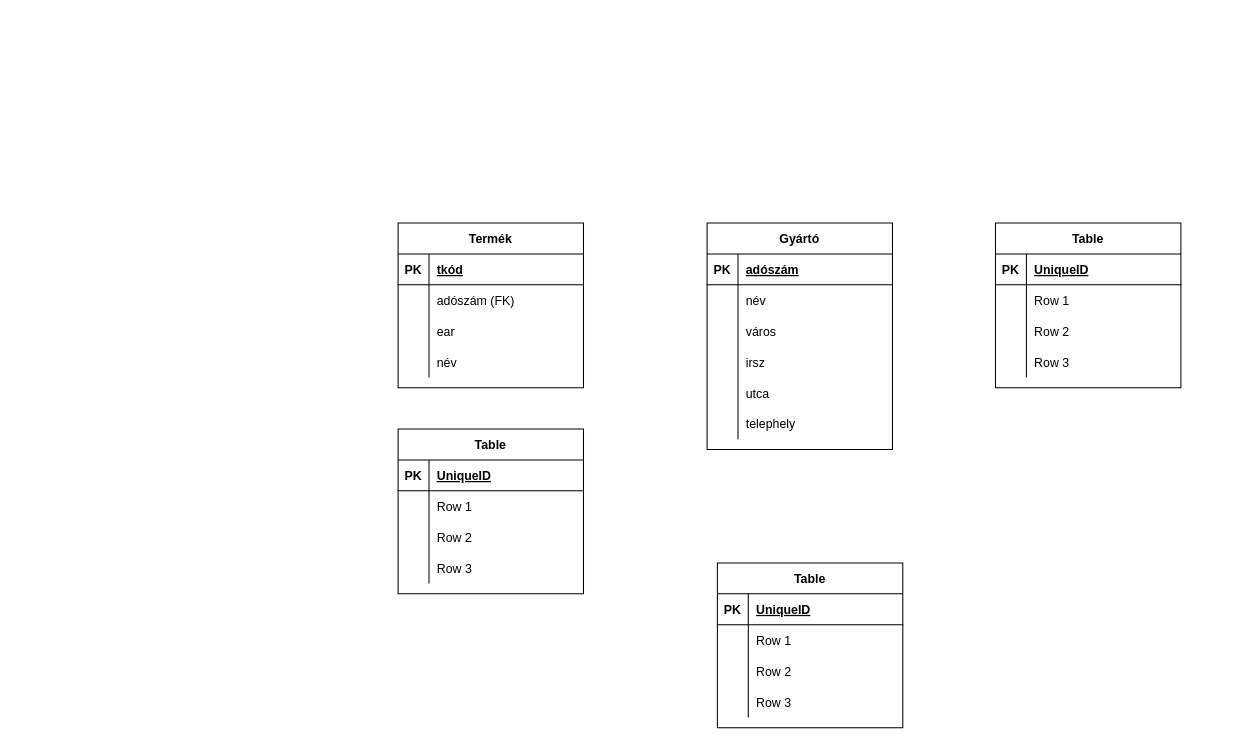
Before: HEPMIU_1011/hepmiu_5.3.drawio in urbanoliver/HEPMIU_DB1Gyak, a draw.io diagram. Source tidied: cells renumbered, new cells numbered last; positions are measured from the earlier drawing's top-left corner, leaving out a move shared by most shapes. Both pictures are drawn from the tidied source at 103%, with x=0, y=0 at pixel (398, 222).
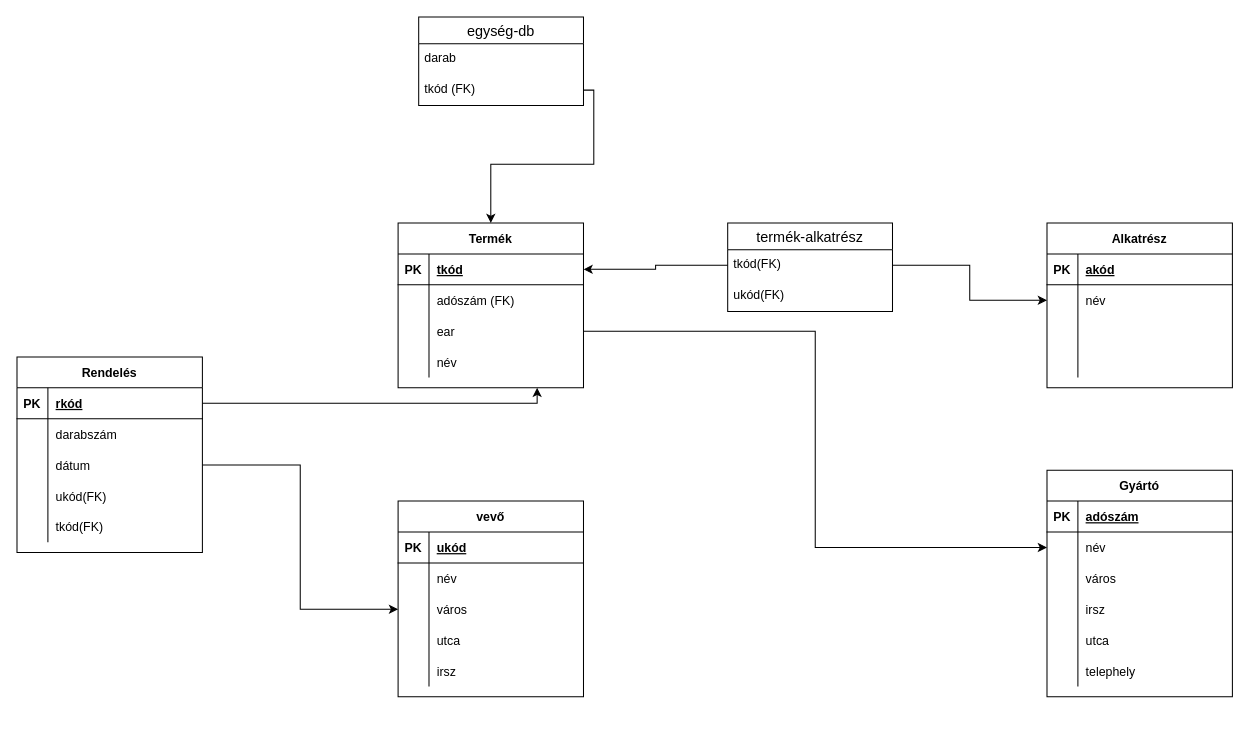
The same diagram, later.

The change refers to these unchanged cells:
```xml
<mxCell id="3" style="shape=tableRow;horizontal=0;startSize=0;swimlaneHead=0;swimlaneBody=0;fillColor=none;top=0;left=0;right=0;bottom=1;" parent="2" vertex="1">
  <mxGeometry y="30" width="180" height="30" as="geometry" />
</mxCell>
<mxCell id="6" style="shape=tableRow;horizontal=0;startSize=0;swimlaneHead=0;swimlaneBody=0;fillColor=none;points=[[0,0.5],[1,0.5]];portConstraint=eastwest;top=0;left=0;right=0;bottom=0;" parent="2" vertex="1">
  <mxGeometry y="60" width="180" height="30" as="geometry" />
</mxCell>
<mxCell id="9" style="shape=tableRow;horizontal=0;startSize=0;swimlaneHead=0;swimlaneBody=0;fillColor=none;top=0;left=0;right=0;bottom=0;" parent="2" vertex="1">
  <mxGeometry y="90" width="180" height="30" as="geometry" />
</mxCell>
<mxCell id="12" style="shape=tableRow;horizontal=0;startSize=0;swimlaneHead=0;swimlaneBody=0;fillColor=none;top=0;left=0;right=0;bottom=0;" parent="2" vertex="1">
  <mxGeometry y="120" width="180" height="30" as="geometry" />
</mxCell>
<mxCell id="16" style="shape=tableRow;horizontal=0;startSize=0;swimlaneHead=0;swimlaneBody=0;fillColor=none;top=0;left=0;right=0;bottom=1;" parent="15" vertex="1">
  <mxGeometry y="30" width="180" height="30" as="geometry" />
</mxCell>
<mxCell id="19" style="shape=tableRow;horizontal=0;startSize=0;swimlaneHead=0;swimlaneBody=0;fillColor=none;top=0;left=0;right=0;bottom=0;" parent="15" vertex="1">
  <mxGeometry y="60" width="180" height="30" as="geometry" />
</mxCell>
<mxCell id="22" style="shape=tableRow;horizontal=0;startSize=0;swimlaneHead=0;swimlaneBody=0;fillColor=none;points=[[0,0.5],[1,0.5]];portConstraint=eastwest;top=0;left=0;right=0;bottom=0;" parent="15" vertex="1">
  <mxGeometry y="90" width="180" height="30" as="geometry" />
</mxCell>
<mxCell id="25" style="shape=tableRow;horizontal=0;startSize=0;swimlaneHead=0;swimlaneBody=0;fillColor=none;top=0;left=0;right=0;bottom=0;" parent="15" vertex="1">
  <mxGeometry y="120" width="180" height="30" as="geometry" />
</mxCell>
<mxCell id="29" style="shape=tableRow;horizontal=0;startSize=0;swimlaneHead=0;swimlaneBody=0;fillColor=none;points=[[0,0.5],[1,0.5]];portConstraint=eastwest;top=0;left=0;right=0;bottom=1;" parent="28" vertex="1">
  <mxGeometry y="30" width="180" height="30" as="geometry" />
</mxCell>
<mxCell id="32" style="shape=tableRow;horizontal=0;startSize=0;swimlaneHead=0;swimlaneBody=0;fillColor=none;top=0;left=0;right=0;bottom=0;" parent="28" vertex="1">
  <mxGeometry y="60" width="180" height="30" as="geometry" />
</mxCell>
<mxCell id="35" style="shape=tableRow;horizontal=0;startSize=0;swimlaneHead=0;swimlaneBody=0;fillColor=none;points=[[0,0.5],[1,0.5]];portConstraint=eastwest;top=0;left=0;right=0;bottom=0;" parent="28" vertex="1">
  <mxGeometry y="90" width="180" height="30" as="geometry" />
</mxCell>
<mxCell id="38" style="shape=tableRow;horizontal=0;startSize=0;swimlaneHead=0;swimlaneBody=0;fillColor=none;top=0;left=0;right=0;bottom=0;" parent="28" vertex="1">
  <mxGeometry y="120" width="180" height="30" as="geometry" />
</mxCell>
<mxCell id="45" style="shape=tableRow;horizontal=0;startSize=0;swimlaneHead=0;swimlaneBody=0;fillColor=none;points=[[0,0.5],[1,0.5]];portConstraint=eastwest;top=0;left=0;right=0;bottom=0;" parent="41" vertex="1">
  <mxGeometry y="60" width="180" height="30" as="geometry" />
</mxCell>
<mxCell id="60" value="Termék" style="shape=table;startSize=30;childLayout=tableLayout;rowLines=0;fontStyle=1;align=center;" parent="1" vertex="1">
  <mxGeometry width="180" height="160" as="geometry" />
</mxCell>
<mxCell id="61" style="shape=tableRow;horizontal=0;startSize=0;swimlaneHead=0;swimlaneBody=0;fillColor=none;points=[[0,0.5],[1,0.5]];portConstraint=eastwest;top=0;left=0;right=0;bottom=1;" parent="60" vertex="1">
  <mxGeometry y="30" width="180" height="30" as="geometry" />
</mxCell>
<mxCell id="67" style="shape=tableRow;horizontal=0;startSize=0;swimlaneHead=0;swimlaneBody=0;fillColor=none;points=[[0,0.5],[1,0.5]];portConstraint=eastwest;top=0;left=0;right=0;bottom=0;" parent="60" vertex="1">
  <mxGeometry y="90" width="180" height="30" as="geometry" />
</mxCell>
```

What changed in the source:
```diff
@@
-    <mxCell id="2" value="Table" style="shape=table;startSize=30;childLayout=tableLayout;rowLines=0;fontStyle=1;align=center;" parent="1" vertex="1">
-      <mxGeometry x="310" y="330" width="180" height="160" as="geometry" />
+    <mxCell id="2" value="Alkatrész" style="shape=table;startSize=30;childLayout=tableLayout;rowLines=0;fontStyle=1;align=center;" parent="1" vertex="1">
+      <mxGeometry x="630" width="180" height="160" as="geometry" />
     </mxCell>
@@
-    <mxCell id="5" value="UniqueID" style="shape=partialRectangle;fillColor=none;top=0;left=0;bottom=0;right=0;align=left;spacingLeft=6;fontStyle=5;overflow=hidden;" parent="3" vertex="1">
+    <mxCell id="5" value="akód" style="shape=partialRectangle;fillColor=none;top=0;left=0;bottom=0;right=0;align=left;spacingLeft=6;fontStyle=5;overflow=hidden;" parent="3" vertex="1">
       <mxGeometry x="30" width="150" height="30" as="geometry" />
     </mxCell>
@@
-    <mxCell id="8" value="Row 1" style="shape=partialRectangle;fillColor=none;top=0;left=0;bottom=0;right=0;align=left;spacingLeft=6;overflow=hidden;" parent="6" vertex="1">
+    <mxCell id="8" value="név" style="shape=partialRectangle;fillColor=none;top=0;left=0;bottom=0;right=0;align=left;spacingLeft=6;overflow=hidden;" parent="6" vertex="1">
       <mxGeometry x="30" width="150" height="30" as="geometry" />
     </mxCell>
@@
-    <mxCell id="11" value="Row 2" style="shape=partialRectangle;fillColor=none;top=0;left=0;bottom=0;right=0;align=left;spacingLeft=6;overflow=hidden;" parent="9" vertex="1">
+    <mxCell id="11" style="shape=partialRectangle;fillColor=none;top=0;left=0;bottom=0;right=0;align=left;spacingLeft=6;overflow=hidden;" parent="9" vertex="1">
       <mxGeometry x="30" width="150" height="30" as="geometry" />
     </mxCell>
@@
-    <mxCell id="14" value="Row 3" style="shape=partialRectangle;fillColor=none;top=0;left=0;bottom=0;right=0;align=left;spacingLeft=6;overflow=hidden;" parent="12" vertex="1">
+    <mxCell id="14" style="shape=partialRectangle;fillColor=none;top=0;left=0;bottom=0;right=0;align=left;spacingLeft=6;overflow=hidden;" parent="12" vertex="1">
       <mxGeometry x="30" width="150" height="30" as="geometry" />
     </mxCell>
-    <mxCell id="15" value="Table" style="shape=table;startSize=30;childLayout=tableLayout;rowLines=0;fontStyle=1;align=center;" parent="1" vertex="1">
-      <mxGeometry y="200" width="180" height="160" as="geometry" />
+    <mxCell id="15" value="vevő" style="shape=table;startSize=30;childLayout=tableLayout;rowLines=0;fontStyle=1;align=center;" parent="1" vertex="1">
+      <mxGeometry y="270" width="180" height="190" as="geometry" />
     </mxCell>
@@
-    <mxCell id="18" value="UniqueID" style="shape=partialRectangle;fillColor=none;top=0;left=0;bottom=0;right=0;align=left;spacingLeft=6;fontStyle=5;overflow=hidden;" parent="16" vertex="1">
+    <mxCell id="18" value="ukód" style="shape=partialRectangle;fillColor=none;top=0;left=0;bottom=0;right=0;align=left;spacingLeft=6;fontStyle=5;overflow=hidden;" parent="16" vertex="1">
       <mxGeometry x="30" width="150" height="30" as="geometry" />
     </mxCell>
@@
-    <mxCell id="21" value="Row 1" style="shape=partialRectangle;fillColor=none;top=0;left=0;bottom=0;right=0;align=left;spacingLeft=6;overflow=hidden;" parent="19" vertex="1">
+    <mxCell id="21" value="név" style="shape=partialRectangle;fillColor=none;top=0;left=0;bottom=0;right=0;align=left;spacingLeft=6;overflow=hidden;" parent="19" vertex="1">
       <mxGeometry x="30" width="150" height="30" as="geometry" />
     </mxCell>
@@
-    <mxCell id="24" value="Row 2" style="shape=partialRectangle;fillColor=none;top=0;left=0;bottom=0;right=0;align=left;spacingLeft=6;overflow=hidden;" parent="22" vertex="1">
+    <mxCell id="24" value="város" style="shape=partialRectangle;fillColor=none;top=0;left=0;bottom=0;right=0;align=left;spacingLeft=6;overflow=hidden;" parent="22" vertex="1">
       <mxGeometry x="30" width="150" height="30" as="geometry" />
     </mxCell>
@@
-    <mxCell id="27" value="Row 3" style="shape=partialRectangle;fillColor=none;top=0;left=0;bottom=0;right=0;align=left;spacingLeft=6;overflow=hidden;" parent="25" vertex="1">
+    <mxCell id="27" value="utca" style="shape=partialRectangle;fillColor=none;top=0;left=0;bottom=0;right=0;align=left;spacingLeft=6;overflow=hidden;" parent="25" vertex="1">
       <mxGeometry x="30" width="150" height="30" as="geometry" />
     </mxCell>
+    <mxCell id="73" style="shape=tableRow;horizontal=0;startSize=0;swimlaneHead=0;swimlaneBody=0;fillColor=none;top=0;left=0;right=0;bottom=0;" parent="15" vertex="1">
+      <mxGeometry y="150" width="180" height="30" as="geometry" />
+    </mxCell>
+    <mxCell id="74" style="shape=partialRectangle;fillColor=none;top=0;left=0;bottom=0;right=0;overflow=hidden;" parent="73" vertex="1">
+      <mxGeometry width="30" height="30" as="geometry" />
+    </mxCell>
+    <mxCell id="75" value="irsz" style="shape=partialRectangle;fillColor=none;top=0;left=0;bottom=0;right=0;align=left;spacingLeft=6;overflow=hidden;" parent="73" vertex="1">
+      <mxGeometry x="30" width="150" height="30" as="geometry" />
+    </mxCell>
-    <mxCell id="28" value="Table" style="shape=table;startSize=30;childLayout=tableLayout;rowLines=0;fontStyle=1;align=center;" parent="1" vertex="1">
-      <mxGeometry x="580" width="180" height="160" as="geometry" />
+    <mxCell id="28" value="Rendelés" style="shape=table;startSize=30;childLayout=tableLayout;rowLines=0;fontStyle=1;align=center;" parent="1" vertex="1">
+      <mxGeometry x="-370" y="130" width="180" height="190" as="geometry" />
     </mxCell>
@@
-    <mxCell id="31" value="UniqueID" style="shape=partialRectangle;fillColor=none;top=0;left=0;bottom=0;right=0;align=left;spacingLeft=6;fontStyle=5;overflow=hidden;" parent="29" vertex="1">
+    <mxCell id="31" value="rkód" style="shape=partialRectangle;fillColor=none;top=0;left=0;bottom=0;right=0;align=left;spacingLeft=6;fontStyle=5;overflow=hidden;" parent="29" vertex="1">
       <mxGeometry x="30" width="150" height="30" as="geometry" />
     </mxCell>
@@
-    <mxCell id="34" value="Row 1" style="shape=partialRectangle;fillColor=none;top=0;left=0;bottom=0;right=0;align=left;spacingLeft=6;overflow=hidden;" parent="32" vertex="1">
+    <mxCell id="34" value="darabszám" style="shape=partialRectangle;fillColor=none;top=0;left=0;bottom=0;right=0;align=left;spacingLeft=6;overflow=hidden;" parent="32" vertex="1">
       <mxGeometry x="30" width="150" height="30" as="geometry" />
     </mxCell>
@@
-    <mxCell id="37" value="Row 2" style="shape=partialRectangle;fillColor=none;top=0;left=0;bottom=0;right=0;align=left;spacingLeft=6;overflow=hidden;" parent="35" vertex="1">
+    <mxCell id="37" value="dátum" style="shape=partialRectangle;fillColor=none;top=0;left=0;bottom=0;right=0;align=left;spacingLeft=6;overflow=hidden;" parent="35" vertex="1">
       <mxGeometry x="30" width="150" height="30" as="geometry" />
     </mxCell>
@@
-    <mxCell id="40" value="Row 3" style="shape=partialRectangle;fillColor=none;top=0;left=0;bottom=0;right=0;align=left;spacingLeft=6;overflow=hidden;" parent="38" vertex="1">
+    <mxCell id="40" value="ukód(FK)" style="shape=partialRectangle;fillColor=none;top=0;left=0;bottom=0;right=0;align=left;spacingLeft=6;overflow=hidden;" parent="38" vertex="1">
       <mxGeometry x="30" width="150" height="30" as="geometry" />
     </mxCell>
+    <mxCell id="76" style="shape=tableRow;horizontal=0;startSize=0;swimlaneHead=0;swimlaneBody=0;fillColor=none;top=0;left=0;right=0;bottom=0;" parent="28" vertex="1">
+      <mxGeometry y="150" width="180" height="30" as="geometry" />
+    </mxCell>
+    <mxCell id="77" style="shape=partialRectangle;fillColor=none;top=0;left=0;bottom=0;right=0;overflow=hidden;" parent="76" vertex="1">
+      <mxGeometry width="30" height="30" as="geometry" />
+    </mxCell>
+    <mxCell id="78" value="tkód(FK)" style="shape=partialRectangle;fillColor=none;top=0;left=0;bottom=0;right=0;align=left;spacingLeft=6;overflow=hidden;" parent="76" vertex="1">
+      <mxGeometry x="30" width="150" height="30" as="geometry" />
+    </mxCell>
     <mxCell id="41" value="Gyártó" style="shape=table;startSize=30;childLayout=tableLayout;rowLines=0;fontStyle=1;align=center;" parent="1" vertex="1">
-      <mxGeometry x="300" width="180" height="220" as="geometry" />
+      <mxGeometry x="630" y="240" width="180" height="220" as="geometry" />
     </mxCell>
@@
+    <mxCell id="79" value="termék-alkatrész" style="swimlane;fontStyle=0;horizontal=1;startSize=26;align=center;fontSize=14;" parent="1" vertex="1">
+      <mxGeometry x="320" width="160" height="86" as="geometry" />
+    </mxCell>
+    <mxCell id="80" value="tkód(FK)" style="text;strokeColor=none;fillColor=none;spacingLeft=4;spacingRight=4;overflow=hidden;points=[[0,0.5],[1,0.5]];portConstraint=eastwest;fontSize=12;" parent="79" vertex="1">
+      <mxGeometry y="26" width="160" height="30" as="geometry" />
+    </mxCell>
+    <mxCell id="81" value="ukód(FK)" style="text;strokeColor=none;fillColor=none;spacingLeft=4;spacingRight=4;overflow=hidden;fontSize=12;" parent="79" vertex="1">
+      <mxGeometry y="56" width="160" height="30" as="geometry" />
+    </mxCell>
+    <mxCell id="82" value="egység-db" style="swimlane;fontStyle=0;horizontal=1;startSize=26;align=center;fontSize=14;" parent="1" vertex="1">
+      <mxGeometry x="20" y="-200" width="160" height="86" as="geometry" />
+    </mxCell>
+    <mxCell id="83" value="darab" style="text;strokeColor=none;fillColor=none;spacingLeft=4;spacingRight=4;overflow=hidden;fontSize=12;" parent="82" vertex="1">
+      <mxGeometry y="26" width="160" height="30" as="geometry" />
+    </mxCell>
+    <mxCell id="84" value="tkód (FK)" style="text;strokeColor=none;fillColor=none;spacingLeft=4;spacingRight=4;overflow=hidden;points=[[0,0.5],[1,0.5]];portConstraint=eastwest;fontSize=12;" parent="82" vertex="1">
+      <mxGeometry y="56" width="160" height="30" as="geometry" />
+    </mxCell>
+    <mxCell id="85" style="endArrow=classic;html=1;rounded=0;entryX=0.5;entryY=0;entryDx=0;entryDy=0;edgeStyle=orthogonalEdgeStyle;exitX=1;exitY=0.5;exitDx=0;exitDy=0;" parent="1" edge="1" source="84" target="60">
+      <mxGeometry relative="1" as="geometry" />
+    </mxCell>
+    <mxCell id="86" style="endArrow=classic;html=1;rounded=0;exitX=1;exitY=0.5;exitDx=0;exitDy=0;entryX=0;entryY=0.5;entryDx=0;entryDy=0;edgeStyle=orthogonalEdgeStyle;" parent="1" edge="1" source="67" target="45">
+      <mxGeometry relative="1" as="geometry" />
+    </mxCell>
+    <mxCell id="87" style="endArrow=classic;html=1;rounded=0;exitX=1;exitY=0.5;exitDx=0;exitDy=0;entryX=0;entryY=0.5;entryDx=0;entryDy=0;edgeStyle=orthogonalEdgeStyle;" parent="1" edge="1" source="35" target="22">
+      <mxGeometry relative="1" as="geometry" />
+    </mxCell>
+    <mxCell id="88" style="endArrow=classic;html=1;rounded=0;exitX=1;exitY=0.5;exitDx=0;exitDy=0;entryX=0.75;entryY=1;entryDx=0;entryDy=0;edgeStyle=orthogonalEdgeStyle;" parent="1" edge="1" source="29" target="60">
+      <mxGeometry relative="1" as="geometry" />
+    </mxCell>
+    <mxCell id="89" style="endArrow=classic;html=1;rounded=0;exitX=1;exitY=0.5;exitDx=0;exitDy=0;entryX=0;entryY=0.5;entryDx=0;entryDy=0;edgeStyle=orthogonalEdgeStyle;" parent="1" edge="1" source="80" target="6">
+      <mxGeometry relative="1" as="geometry" />
+    </mxCell>
+    <mxCell id="90" style="endArrow=classic;html=1;rounded=0;exitX=0;exitY=0.5;exitDx=0;exitDy=0;entryX=1;entryY=0.5;entryDx=0;entryDy=0;edgeStyle=orthogonalEdgeStyle;" parent="1" edge="1" source="80" target="61">
+      <mxGeometry relative="1" as="geometry" />
+    </mxCell>
```
